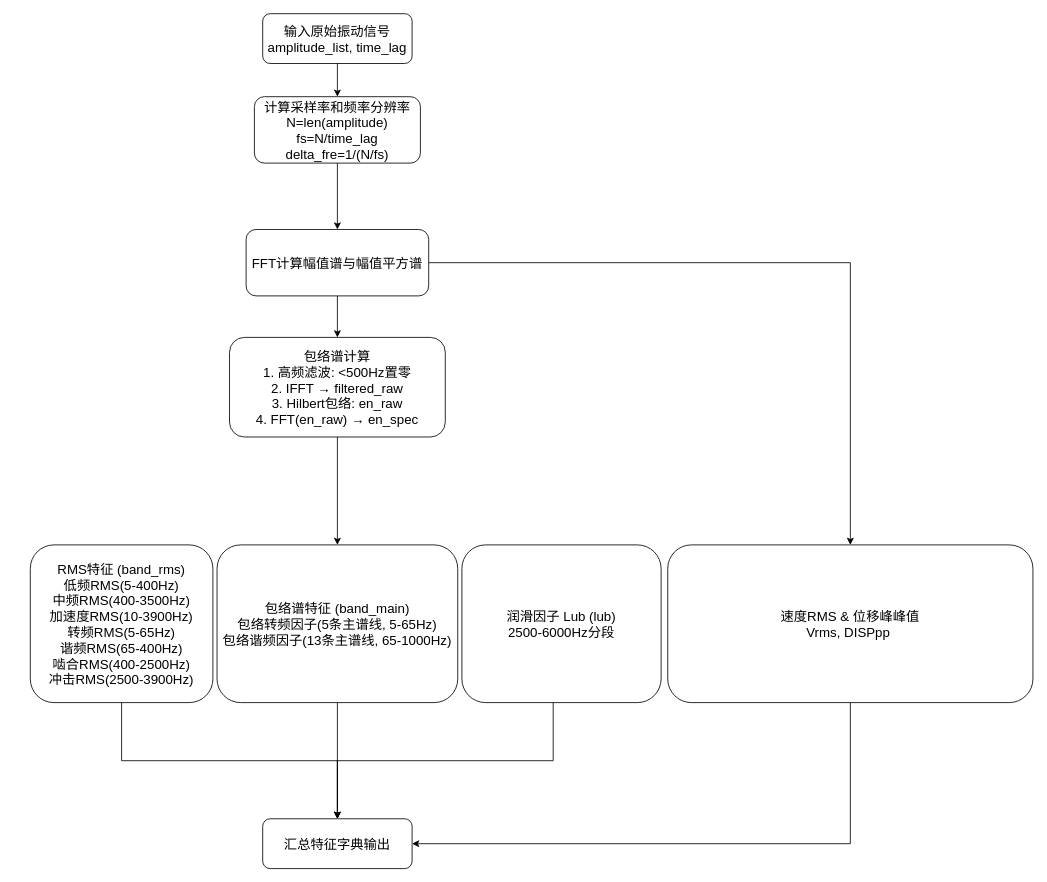
Earlier version of the draw.io diagram 振动信号特征提取.drawio (729973389/picture). Source tidied: cells renumbered, new cells numbered last; positions are measured from the earlier drawing's top-left corner, leaving out a move shared by most shapes. Both pictures are drawn from the tidied source at 83%, with x=0, y=0 at pixel (30, 13).
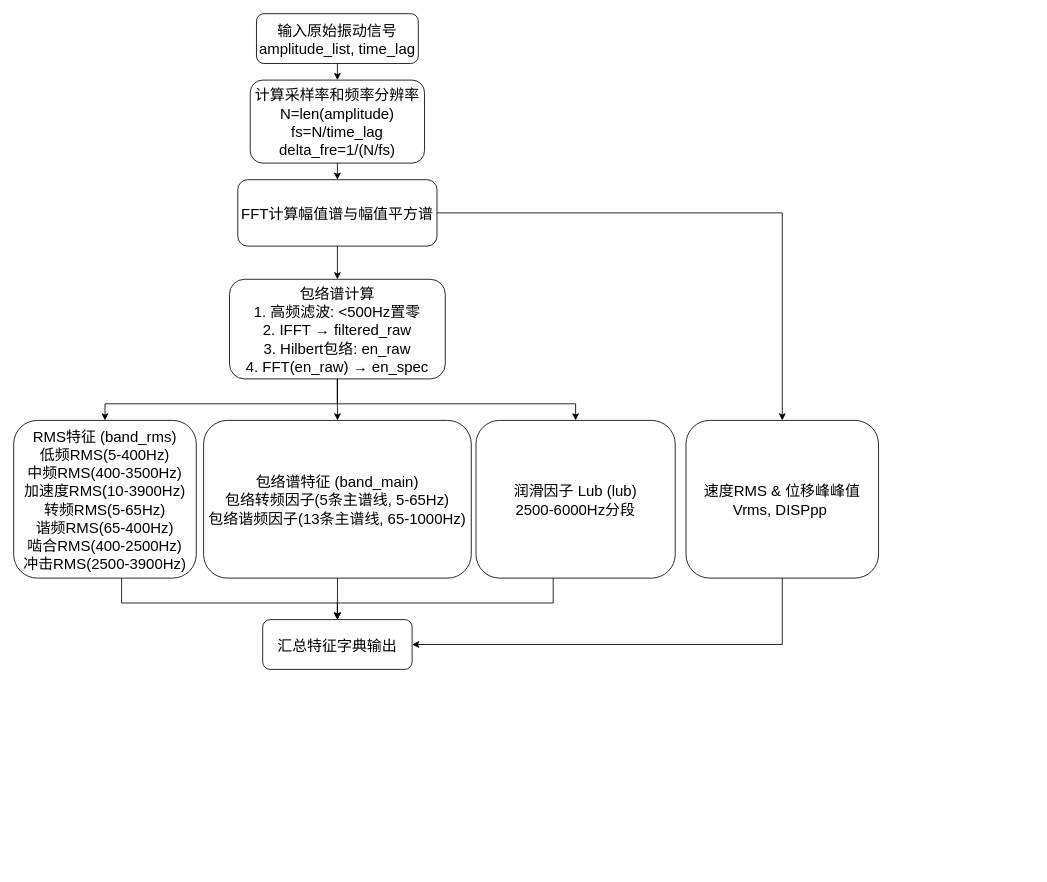
After the change.

Commit message:
更新振动信号特征提取.drawio

Change to the diagram source:
```diff
@@
-    <mxCell id="2" value="输入原始振动信号 &#10;amplitude_list, time_lag" style="rounded=1;fontSize=16;" parent="1" vertex="1">
-      <mxGeometry x="280" width="180" height="60" as="geometry" />
+    <mxCell id="2" value="输入原始振动信号 &#10;amplitude_list, time_lag" style="rounded=1;fontSize=18;" parent="1" vertex="1">
+      <mxGeometry x="272.5" width="195" height="60" as="geometry" />
     </mxCell>
-    <mxCell id="3" value="计算采样率和频率分辨率 &#10;N=len(amplitude) &#10;fs=N/time_lag &#10;delta_fre=1/(N/fs)" style="rounded=1;fontSize=16;" parent="1" vertex="1">
-      <mxGeometry x="270" y="100" width="200" height="80" as="geometry" />
+    <mxCell id="3" value="计算采样率和频率分辨率 &#10;N=len(amplitude) &#10;fs=N/time_lag &#10;delta_fre=1/(N/fs)" style="rounded=1;fontSize=18;" parent="1" vertex="1">
+      <mxGeometry x="265" y="80" width="210" height="100" as="geometry" />
     </mxCell>
@@
-    <mxCell id="5" value="FFT计算幅值谱与幅值平方谱" style="rounded=1;fontSize=16;" parent="1" vertex="1">
-      <mxGeometry x="260" y="260" width="220" height="80" as="geometry" />
+    <mxCell id="5" value="FFT计算幅值谱与幅值平方谱" style="rounded=1;fontSize=18;" parent="1" vertex="1">
+      <mxGeometry x="250" y="200" width="240" height="80" as="geometry" />
     </mxCell>
+    <mxCell id="20" style="edgeStyle=orthogonalEdgeStyle;rounded=0;jettySize=auto;html=1;entryX=0.5;entryY=0;entryDx=0;entryDy=0;" parent="1" edge="1" source="6" target="8">
+      <mxGeometry relative="1" as="geometry">
+        <Array as="points">
+          <mxPoint x="370" y="470" />
+          <mxPoint x="90" y="470" />
+        </Array>
+      </mxGeometry>
+    </mxCell>
+    <mxCell id="21" style="edgeStyle=orthogonalEdgeStyle;rounded=0;jettySize=auto;html=1;entryX=0.5;entryY=0;entryDx=0;entryDy=0;" parent="1" edge="1" source="6" target="10">
+      <mxGeometry relative="1" as="geometry">
+        <Array as="points">
+          <mxPoint x="370" y="470" />
+          <mxPoint x="657" y="470" />
+        </Array>
+      </mxGeometry>
+    </mxCell>
-    <mxCell id="6" value="包络谱计算 &#10;1. 高频滤波: &lt;500Hz置零 &#10;2. IFFT → filtered_raw &#10;3. Hilbert包络: en_raw &#10;4. FFT(en_raw) → en_spec" style="rounded=1;fontSize=16;" parent="1" vertex="1">
-      <mxGeometry x="240" y="390" width="260" height="120" as="geometry" />
+    <mxCell id="6" value="包络谱计算 &#10;1. 高频滤波: &lt;500Hz置零 &#10;2. IFFT → filtered_raw &#10;3. Hilbert包络: en_raw &#10;4. FFT(en_raw) → en_spec" style="rounded=1;fontSize=18;" parent="1" vertex="1">
+      <mxGeometry x="240" y="320" width="260" height="120" as="geometry" />
     </mxCell>
     <mxCell id="7" style="edgeStyle=orthogonalEdgeStyle;rounded=0;jettySize=auto;html=1;entryX=0.5;entryY=0;entryDx=0;entryDy=0;fontSize=16;" parent="1" edge="1" source="8" target="15">
       <mxGeometry relative="1" as="geometry">
         <Array as="points">
-          <mxPoint x="110" y="900" />
-          <mxPoint x="370" y="900" />
+          <mxPoint x="110" y="710" />
+          <mxPoint x="370" y="710" />
         </Array>
       </mxGeometry>
     </mxCell>
-    <mxCell id="8" value="RMS特征 (band_rms) &#10;低频RMS(5-400Hz) &#10;中频RMS(400-3500Hz) &#10;加速度RMS(10-3900Hz) &#10;转频RMS(5-65Hz) &#10;谐频RMS(65-400Hz) &#10;啮合RMS(400-2500Hz) &#10;冲击RMS(2500-3900Hz)" style="rounded=1;fontSize=16;" parent="1" vertex="1">
-      <mxGeometry y="640" width="220" height="190" as="geometry" />
+    <mxCell id="8" value="RMS特征 (band_rms) &#10;低频RMS(5-400Hz) &#10;中频RMS(400-3500Hz) &#10;加速度RMS(10-3900Hz) &#10;转频RMS(5-65Hz) &#10;谐频RMS(65-400Hz) &#10;啮合RMS(400-2500Hz) &#10;冲击RMS(2500-3900Hz)" style="rounded=1;fontSize=18;" parent="1" vertex="1">
+      <mxGeometry x="-20" y="490" width="220" height="190" as="geometry" />
     </mxCell>
     <mxCell id="9" style="edgeStyle=orthogonalEdgeStyle;rounded=0;jettySize=auto;html=1;entryX=0.5;entryY=0;entryDx=0;entryDy=0;fontSize=16;" parent="1" edge="1" source="10" target="15">
       <mxGeometry relative="1" as="geometry">
         <Array as="points">
-          <mxPoint x="630" y="900" />
-          <mxPoint x="370" y="900" />
+          <mxPoint x="630" y="710" />
+          <mxPoint x="370" y="710" />
         </Array>
       </mxGeometry>
     </mxCell>
-    <mxCell id="10" value="润滑因子 Lub (lub) &#10;2500-6000Hz分段" style="rounded=1;fontSize=16;" parent="1" vertex="1">
-      <mxGeometry x="520" y="640" width="240" height="190" as="geometry" />
+    <mxCell id="10" value="润滑因子 Lub (lub) &#10;2500-6000Hz分段" style="rounded=1;fontSize=18;" parent="1" vertex="1">
+      <mxGeometry x="537" y="490" width="240" height="190" as="geometry" />
     </mxCell>
@@
-    <mxCell id="12" value="包络谱特征 (band_main) &#10;包络转频因子(5条主谱线, 5-65Hz) &#10;包络谐频因子(13条主谱线, 65-1000Hz)" style="rounded=1;fontSize=16;" parent="1" vertex="1">
-      <mxGeometry x="225" y="640" width="290" height="190" as="geometry" />
+    <mxCell id="12" value="包络谱特征 (band_main) &#10;包络转频因子(5条主谱线, 5-65Hz) &#10;包络谐频因子(13条主谱线, 65-1000Hz)" style="rounded=1;fontSize=18;" parent="1" vertex="1">
+      <mxGeometry x="208.8" y="490" width="322.5" height="190" as="geometry" />
     </mxCell>
@@
-    <mxCell id="14" value="速度RMS &amp; 位移峰峰值 &#10;Vrms, DISPpp " style="rounded=1;fontSize=16;" parent="1" vertex="1">
-      <mxGeometry x="768" y="640" width="440" height="190" as="geometry" />
+    <mxCell id="14" value="速度RMS &amp; 位移峰峰值 &#10;Vrms, DISPpp " style="rounded=1;fontSize=18;" parent="1" vertex="1">
+      <mxGeometry x="790" y="490" width="232" height="190" as="geometry" />
     </mxCell>
-    <mxCell id="15" value="汇总特征字典输出" style="rounded=1;fontSize=16;" parent="1" vertex="1">
-      <mxGeometry x="280" y="970" width="180" height="60" as="geometry" />
+    <mxCell id="15" value="汇总特征字典输出" style="rounded=1;fontSize=18;" parent="1" vertex="1">
+      <mxGeometry x="280" y="730" width="180" height="60" as="geometry" />
     </mxCell>
```
